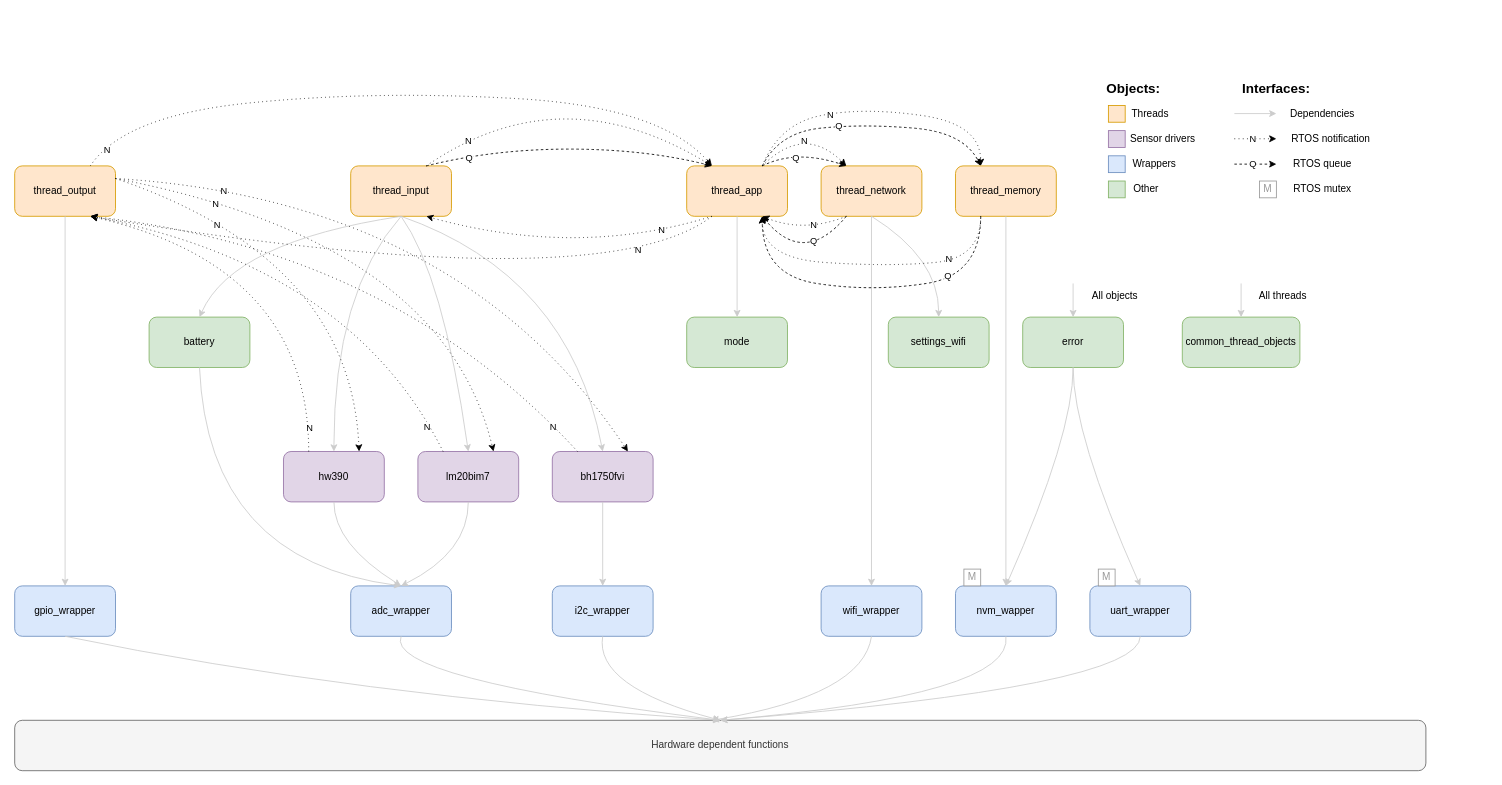
Above: sw_esp32/architecture_plant_boss.drawio in arvtom/plant_boss (draw.io), before the change. Source tidied: cells renumbered, new cells numbered last; positions are measured from the earlier drawing's top-left corner, leaving out a move shared by most shapes. Both pictures are drawn from the tidied source at 84%, with x=0, y=0 at pixel (14, 73).
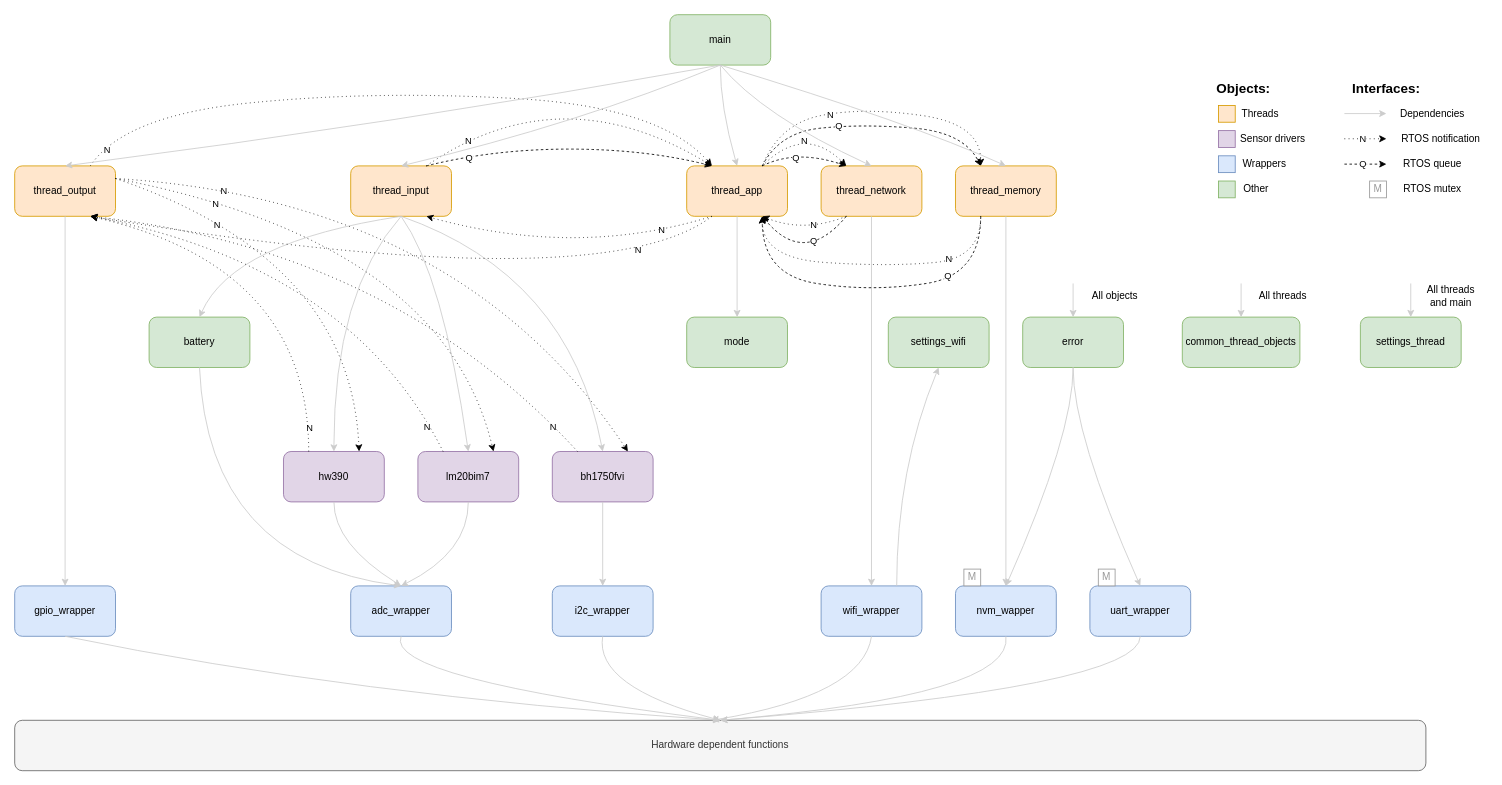
The same diagram, later.

Unchanged cells that the change refers to:
```xml
<mxCell id="2" value="thread_input" style="rounded=1;whiteSpace=wrap;html=1;fillColor=#ffe6cc;strokeColor=#d79b00;" parent="1" vertex="1">
  <mxGeometry x="400" y="110" width="120" height="60" as="geometry" />
</mxCell>
<mxCell id="3" value="thread_output" style="rounded=1;whiteSpace=wrap;html=1;fillColor=#ffe6cc;strokeColor=#d79b00;" parent="1" vertex="1">
  <mxGeometry y="110" width="120" height="60" as="geometry" />
</mxCell>
<mxCell id="4" value="thread_app" style="rounded=1;whiteSpace=wrap;html=1;fillColor=#ffe6cc;strokeColor=#d79b00;" parent="1" vertex="1">
  <mxGeometry x="800" y="110" width="120" height="60" as="geometry" />
</mxCell>
<mxCell id="5" value="thread_network" style="rounded=1;whiteSpace=wrap;html=1;fillColor=#ffe6cc;strokeColor=#d79b00;" parent="1" vertex="1">
  <mxGeometry x="960" y="110" width="120" height="60" as="geometry" />
</mxCell>
<mxCell id="6" value="thread_memory" style="rounded=1;whiteSpace=wrap;html=1;fillColor=#ffe6cc;strokeColor=#d79b00;" parent="1" vertex="1">
  <mxGeometry x="1120" y="110" width="120" height="60" as="geometry" />
</mxCell>
<mxCell id="13" value="wifi_wrapper" style="rounded=1;whiteSpace=wrap;html=1;fillColor=#dae8fc;strokeColor=#6c8ebf;" parent="1" vertex="1">
  <mxGeometry x="960" y="610" width="120" height="60" as="geometry" />
</mxCell>
<mxCell id="43" value="settings_wifi" style="rounded=1;whiteSpace=wrap;html=1;fillColor=#d5e8d4;strokeColor=#82b366;" parent="1" vertex="1">
  <mxGeometry x="1040" y="290" width="120" height="60" as="geometry" />
</mxCell>
```

Diff of the diagram source:
```diff
@@
     <mxCell id="20" value="Threads" style="text;html=1;align=center;verticalAlign=middle;whiteSpace=wrap;rounded=0;" parent="1" vertex="1">
-      <mxGeometry x="1322" y="33" width="60" height="30" as="geometry" />
+      <mxGeometry x="1453" y="33" width="60" height="30" as="geometry" />
     </mxCell>
     <mxCell id="21" style="rounded=0;whiteSpace=wrap;html=1;strokeColor=#d79b00;fillColor=#ffe6cc;" parent="1" vertex="1">
-      <mxGeometry x="1302" y="38" width="20" height="20" as="geometry" />
+      <mxGeometry x="1433" y="38" width="20" height="20" as="geometry" />
     </mxCell>
     <mxCell id="22" value="Sensor drivers" style="text;html=1;align=center;verticalAlign=middle;whiteSpace=wrap;rounded=0;" parent="1" vertex="1">
-      <mxGeometry x="1322" y="63" width="90" height="30" as="geometry" />
+      <mxGeometry x="1453" y="63" width="90" height="30" as="geometry" />
     </mxCell>
     <mxCell id="23" style="rounded=0;whiteSpace=wrap;html=1;strokeColor=#9673a6;fillColor=#e1d5e7;" parent="1" vertex="1">
-      <mxGeometry x="1302" y="68" width="20" height="20" as="geometry" />
+      <mxGeometry x="1433" y="68" width="20" height="20" as="geometry" />
     </mxCell>
     <mxCell id="24" value="Wrappers" style="text;html=1;align=center;verticalAlign=middle;whiteSpace=wrap;rounded=0;" parent="1" vertex="1">
-      <mxGeometry x="1322" y="93" width="70" height="30" as="geometry" />
+      <mxGeometry x="1453" y="93" width="70" height="30" as="geometry" />
     </mxCell>
     <mxCell id="25" style="rounded=0;whiteSpace=wrap;html=1;strokeColor=#6c8ebf;fillColor=#dae8fc;" parent="1" vertex="1">
-      <mxGeometry x="1302" y="98" width="20" height="20" as="geometry" />
+      <mxGeometry x="1433" y="98" width="20" height="20" as="geometry" />
     </mxCell>
     <mxCell id="26" value="Other" style="text;html=1;align=center;verticalAlign=middle;whiteSpace=wrap;rounded=0;" parent="1" vertex="1">
-      <mxGeometry x="1322" y="123" width="50" height="30" as="geometry" />
+      <mxGeometry x="1453" y="123" width="50" height="30" as="geometry" />
     </mxCell>
     <mxCell id="27" style="rounded=0;whiteSpace=wrap;html=1;strokeColor=#82b366;fillColor=#d5e8d4;" parent="1" vertex="1">
-      <mxGeometry x="1302" y="128" width="20" height="20" as="geometry" />
+      <mxGeometry x="1433" y="128" width="20" height="20" as="geometry" />
     </mxCell>
     <mxCell id="28" value="&lt;b&gt;&lt;font style=&quot;font-size: 16px;&quot;&gt;Objects:&lt;/font&gt;&lt;/b&gt;" style="text;html=1;align=center;verticalAlign=middle;whiteSpace=wrap;rounded=0;" parent="1" vertex="1">
-      <mxGeometry x="1302" y="3" width="60" height="30" as="geometry" />
+      <mxGeometry x="1433" y="3" width="60" height="30" as="geometry" />
     </mxCell>
@@
-    <mxCell id="47" style="curved=1;endArrow=classic;html=1;rounded=0;exitX=0.5;exitY=1;exitDx=0;exitDy=0;entryX=0.5;entryY=0;entryDx=0;entryDy=0;strokeColor=#CCCCCC;" parent="1" edge="1" source="5" target="43">
+    <mxCell id="47" style="curved=1;endArrow=classic;html=1;rounded=0;entryX=0.5;entryY=1;entryDx=0;entryDy=0;strokeColor=#CCCCCC;exitX=0.75;exitY=0;exitDx=0;exitDy=0;" parent="1" edge="1" source="13" target="43">
       <mxGeometry relative="1" as="geometry">
         <Array as="points">
-          <mxPoint x="1100" y="220" />
+          <mxPoint x="1050" y="470" />
         </Array>
       </mxGeometry>
     </mxCell>
     <mxCell id="48" style="endArrow=classic;html=1;rounded=0;entryX=0.5;entryY=0;entryDx=0;entryDy=0;strokeColor=#CCCCCC;" parent="1" edge="1">
       <mxGeometry relative="1" as="geometry">
-        <mxPoint x="1452" y="47.7" as="sourcePoint" />
-        <mxPoint x="1502" y="47.7" as="targetPoint" />
+        <mxPoint x="1583" y="47.7" as="sourcePoint" />
+        <mxPoint x="1633" y="47.7" as="targetPoint" />
       </mxGeometry>
     </mxCell>
     <mxCell id="49" value="Dependencies" style="text;html=1;align=center;verticalAlign=middle;whiteSpace=wrap;rounded=0;" parent="1" vertex="1">
-      <mxGeometry x="1512" y="33" width="90" height="30" as="geometry" />
+      <mxGeometry x="1643" y="33" width="90" height="30" as="geometry" />
     </mxCell>
     <mxCell id="50" value="RTOS notification" style="text;html=1;align=center;verticalAlign=middle;whiteSpace=wrap;rounded=0;" parent="1" vertex="1">
-      <mxGeometry x="1512" y="63" width="110" height="30" as="geometry" />
+      <mxGeometry x="1643" y="63" width="110" height="30" as="geometry" />
     </mxCell>
     <mxCell id="51" value="RTOS queue" style="text;html=1;align=center;verticalAlign=middle;whiteSpace=wrap;rounded=0;" parent="1" vertex="1">
-      <mxGeometry x="1512" y="93" width="90" height="30" as="geometry" />
+      <mxGeometry x="1643" y="93" width="90" height="30" as="geometry" />
     </mxCell>
     <mxCell id="52" value="RTOS mutex" style="text;html=1;align=center;verticalAlign=middle;whiteSpace=wrap;rounded=0;" parent="1" vertex="1">
-      <mxGeometry x="1512" y="123" width="90" height="30" as="geometry" />
+      <mxGeometry x="1643" y="123" width="90" height="30" as="geometry" />
     </mxCell>
     <mxCell id="53" style="endArrow=classic;html=1;rounded=0;entryX=0.5;entryY=0;entryDx=0;entryDy=0;strokeColor=#000000;dashed=1;dashPattern=1 4;" parent="1" edge="1">
       <mxGeometry relative="1" as="geometry">
-        <mxPoint x="1452" y="77.7" as="sourcePoint" />
-        <mxPoint x="1502" y="77.7" as="targetPoint" />
+        <mxPoint x="1583" y="77.7" as="sourcePoint" />
+        <mxPoint x="1633" y="77.7" as="targetPoint" />
       </mxGeometry>
     </mxCell>
@@
     <mxCell id="55" style="endArrow=classic;html=1;rounded=0;entryX=0.5;entryY=0;entryDx=0;entryDy=0;strokeColor=#000000;dashed=1;" parent="1" edge="1">
       <mxGeometry relative="1" as="geometry">
-        <mxPoint x="1452" y="107.9" as="sourcePoint" />
-        <mxPoint x="1502" y="107.9" as="targetPoint" />
+        <mxPoint x="1583" y="107.9" as="sourcePoint" />
+        <mxPoint x="1633" y="107.9" as="targetPoint" />
       </mxGeometry>
     </mxCell>
@@
     <mxCell id="57" value="M" style="rounded=0;whiteSpace=wrap;html=1;strokeColor=#999999;fontColor=#999999;" parent="1" vertex="1">
-      <mxGeometry x="1482" y="128" width="20" height="20" as="geometry" />
+      <mxGeometry x="1613" y="128" width="20" height="20" as="geometry" />
     </mxCell>
@@
     <mxCell id="91" value="&lt;b&gt;&lt;font style=&quot;font-size: 16px;&quot;&gt;Interfaces:&lt;/font&gt;&lt;/b&gt;" style="text;html=1;align=center;verticalAlign=middle;whiteSpace=wrap;rounded=0;" parent="1" vertex="1">
-      <mxGeometry x="1452" y="3" width="100" height="30" as="geometry" />
+      <mxGeometry x="1583" y="3" width="100" height="30" as="geometry" />
     </mxCell>
@@
+    <mxCell id="107" value="settings_thread" style="rounded=1;whiteSpace=wrap;html=1;fillColor=#d5e8d4;strokeColor=#82b366;" parent="1" vertex="1">
+      <mxGeometry x="1602" y="290" width="120" height="60" as="geometry" />
+    </mxCell>
+    <mxCell id="108" value="main" style="rounded=1;whiteSpace=wrap;html=1;fillColor=#d5e8d4;strokeColor=#82b366;" parent="1" vertex="1">
+      <mxGeometry x="780" y="-70" width="120" height="60" as="geometry" />
+    </mxCell>
+    <mxCell id="109" style="curved=1;endArrow=classic;html=1;rounded=0;exitX=0.5;exitY=1;exitDx=0;exitDy=0;entryX=0.5;entryY=0;entryDx=0;entryDy=0;strokeColor=#CCCCCC;" parent="1" edge="1" source="108" target="3">
+      <mxGeometry relative="1" as="geometry">
+        <Array as="points">
+          <mxPoint x="450" y="60" />
+        </Array>
+      </mxGeometry>
+    </mxCell>
+    <mxCell id="110" style="curved=1;endArrow=classic;html=1;rounded=0;exitX=0.5;exitY=1;exitDx=0;exitDy=0;entryX=0.5;entryY=0;entryDx=0;entryDy=0;strokeColor=#CCCCCC;" parent="1" edge="1" source="108" target="2">
+      <mxGeometry relative="1" as="geometry">
+        <Array as="points">
+          <mxPoint x="670" y="60" />
+        </Array>
+      </mxGeometry>
+    </mxCell>
+    <mxCell id="111" style="curved=1;endArrow=classic;html=1;rounded=0;exitX=0.5;exitY=1;exitDx=0;exitDy=0;entryX=0.5;entryY=0;entryDx=0;entryDy=0;strokeColor=#CCCCCC;" parent="1" edge="1" source="108" target="4">
+      <mxGeometry relative="1" as="geometry">
+        <Array as="points">
+          <mxPoint x="840" y="40" />
+        </Array>
+      </mxGeometry>
+    </mxCell>
+    <mxCell id="112" style="curved=1;endArrow=classic;html=1;rounded=0;exitX=0.5;exitY=1;exitDx=0;exitDy=0;entryX=0.5;entryY=0;entryDx=0;entryDy=0;strokeColor=#CCCCCC;" parent="1" edge="1" source="108" target="5">
+      <mxGeometry relative="1" as="geometry">
+        <Array as="points">
+          <mxPoint x="890" y="50" />
+        </Array>
+      </mxGeometry>
+    </mxCell>
+    <mxCell id="113" style="curved=1;endArrow=classic;html=1;rounded=0;exitX=0.5;exitY=1;exitDx=0;exitDy=0;entryX=0.5;entryY=0;entryDx=0;entryDy=0;strokeColor=#CCCCCC;" parent="1" edge="1" source="108" target="6">
+      <mxGeometry relative="1" as="geometry">
+        <Array as="points">
+          <mxPoint x="1070" y="60" />
+        </Array>
+      </mxGeometry>
+    </mxCell>
+    <mxCell id="114" value="All threads and main" style="text;html=1;align=center;verticalAlign=middle;whiteSpace=wrap;rounded=0;" parent="1" vertex="1">
+      <mxGeometry x="1670" y="250" width="80" height="30" as="geometry" />
+    </mxCell>
+    <mxCell id="115" style="endArrow=classic;html=1;rounded=0;entryX=0.5;entryY=0;entryDx=0;entryDy=0;strokeColor=#CCCCCC;" parent="1" edge="1" target="107">
+      <mxGeometry relative="1" as="geometry">
+        <mxPoint x="1662" y="250" as="sourcePoint" />
+      </mxGeometry>
+    </mxCell>
```
